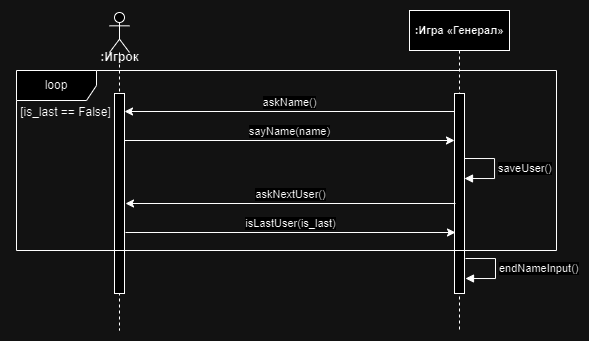
Before: images/lab3.p3.png, a diagram exported from draw.io (Katya-tch/RTIPPO). Source tidied: cells renumbered, new cells last; positions are measured from the earlier drawing's top-left corner, leaving out a move shared by most shapes.
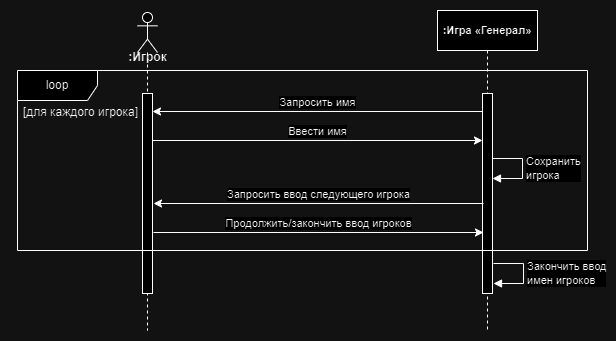
After the commit.

The edit, as a diff of the source:
```diff
@@ -14,7 +14,7 @@
     <mxCell id="5" style="html=1;perimeter=orthogonalPerimeter;targetShapes=umlLifeline;newEdgeStyle={&quot;curved&quot;:0,&quot;rounded&quot;:0};" parent="4" vertex="1">
       <mxGeometry x="45" y="83" width="10" height="200" as="geometry" />
     </mxCell>
-    <mxCell id="6" value="askName()" style="html=1;verticalAlign=bottom;endArrow=none;curved=0;rounded=0;endFill=0;startArrow=classic;startFill=1;" parent="1" edge="1">
+    <mxCell id="6" value="Запросить имя" style="html=1;verticalAlign=bottom;endArrow=none;curved=0;rounded=0;endFill=0;startArrow=classic;startFill=1;" parent="1" edge="1">
       <mxGeometry relative="1" as="geometry">
         <mxPoint x="114" y="101" as="sourcePoint" />
         <mxPoint x="444" y="101" as="targetPoint" />
@@ -23,7 +23,7 @@
     <mxCell id="7" value=":Игрок" style="text;align=center;fontStyle=1;verticalAlign=middle;spacingLeft=3;spacingRight=3;strokeColor=none;html=1;" parent="1" vertex="1">
       <mxGeometry x="69" y="34" width="80" height="26" as="geometry" />
     </mxCell>
-    <mxCell id="8" value="saveUser()" style="html=1;align=left;spacingLeft=2;endArrow=block;rounded=0;edgeStyle=orthogonalEdgeStyle;curved=0;rounded=0;" parent="1" edge="1">
+    <mxCell id="8" value="Сохранить&lt;br&gt;игрока" style="html=1;align=left;spacingLeft=2;endArrow=block;rounded=0;edgeStyle=orthogonalEdgeStyle;curved=0;rounded=0;" parent="1" edge="1">
       <mxGeometry relative="1" as="geometry">
         <mxPoint x="454" y="148" as="sourcePoint" />
         <mxPoint x="454" y="168" as="targetPoint" />
@@ -33,39 +33,39 @@
         </Array>
       </mxGeometry>
     </mxCell>
-    <mxCell id="9" value="sayName(name)" style="html=1;verticalAlign=bottom;endArrow=classic;curved=0;rounded=0;endFill=1;startArrow=none;startFill=0;" parent="1" edge="1">
+    <mxCell id="9" value="Ввести имя" style="html=1;verticalAlign=bottom;endArrow=classic;curved=0;rounded=0;endFill=1;startArrow=none;startFill=0;" parent="1" edge="1">
       <mxGeometry relative="1" as="geometry">
         <mxPoint x="114" y="130" as="sourcePoint" />
         <mxPoint x="444" y="130" as="targetPoint" />
       </mxGeometry>
     </mxCell>
-    <mxCell id="10" value="askNextUser()" style="html=1;verticalAlign=bottom;endArrow=none;curved=0;rounded=0;endFill=0;startArrow=classic;startFill=1;" parent="1" edge="1">
+    <mxCell id="10" value="Запросить ввод следующего игрока" style="html=1;verticalAlign=bottom;endArrow=none;curved=0;rounded=0;endFill=0;startArrow=classic;startFill=1;" parent="1" edge="1">
       <mxGeometry relative="1" as="geometry">
         <mxPoint x="115" y="193" as="sourcePoint" />
         <mxPoint x="445" y="193" as="targetPoint" />
       </mxGeometry>
     </mxCell>
-    <mxCell id="11" value="isLastUser(is_last)" style="html=1;verticalAlign=bottom;endArrow=classic;curved=0;rounded=0;endFill=1;startArrow=none;startFill=0;" parent="1" edge="1">
+    <mxCell id="11" value="Продолжить/закончить ввод игроков" style="html=1;verticalAlign=bottom;endArrow=classic;curved=0;rounded=0;endFill=1;startArrow=none;startFill=0;" parent="1" edge="1">
       <mxGeometry relative="1" as="geometry">
         <mxPoint x="115" y="222" as="sourcePoint" />
         <mxPoint x="445" y="222" as="targetPoint" />
       </mxGeometry>
     </mxCell>
-    <mxCell id="12" value="endNameInput()" style="html=1;align=left;spacingLeft=2;endArrow=block;rounded=0;edgeStyle=orthogonalEdgeStyle;curved=0;rounded=0;" parent="1" edge="1">
+    <mxCell id="12" value="Закончить ввод&lt;br&gt;имен игроков" style="html=1;align=left;spacingLeft=2;endArrow=block;rounded=0;edgeStyle=orthogonalEdgeStyle;curved=0;rounded=0;" parent="1" edge="1">
       <mxGeometry relative="1" as="geometry">
-        <mxPoint x="455" y="248" as="sourcePoint" />
-        <mxPoint x="455" y="268" as="targetPoint" />
+        <mxPoint x="455" y="253" as="sourcePoint" />
+        <mxPoint x="455" y="273" as="targetPoint" />
         <Array as="points">
-          <mxPoint x="485" y="248" />
-          <mxPoint x="485" y="268" />
+          <mxPoint x="485" y="253" />
+          <mxPoint x="485" y="273" />
         </Array>
       </mxGeometry>
     </mxCell>
     <mxCell id="13" value="loop" style="shape=umlFrame;whiteSpace=wrap;html=1;width=80;height=30;" parent="1" vertex="1">
-      <mxGeometry x="6" y="60" width="540" height="180" as="geometry" />
+      <mxGeometry x="-21" y="60" width="570" height="180" as="geometry" />
     </mxCell>
-    <mxCell id="14" value="[is_last == False]" style="text;html=1;align=center;verticalAlign=middle;strokeColor=none;fillColor=none;" parent="1" vertex="1">
-      <mxGeometry y="87" width="110" height="30" as="geometry" />
+    <mxCell id="14" value="[для каждого игрока]" style="text;html=1;align=center;verticalAlign=middle;strokeColor=none;fillColor=none;" parent="1" vertex="1">
+      <mxGeometry x="-28" y="87" width="140" height="30" as="geometry" />
     </mxCell>
   </root>
 </mxGraphModel>
```
